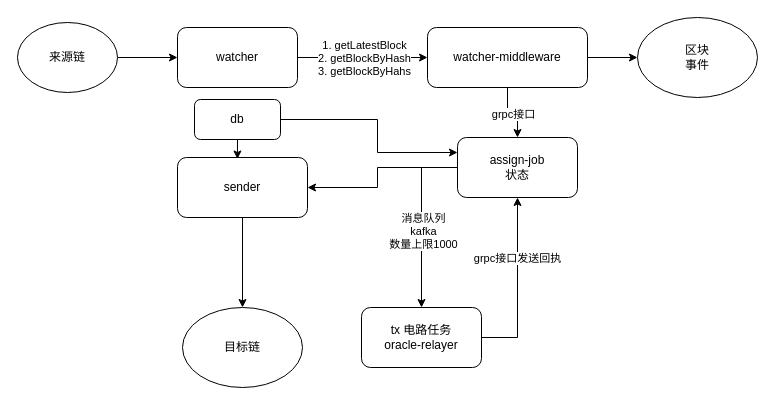
Before: refactor-relayer.drawio in chixiaowen/drawio, a draw.io diagram. Source tidied: cells renumbered, new cells numbered last; positions are measured from the earlier drawing's top-left corner, leaving out a move shared by most shapes. Both pictures are drawn from the tidied source at 100%, with x=0, y=0 at pixel (17, 17).
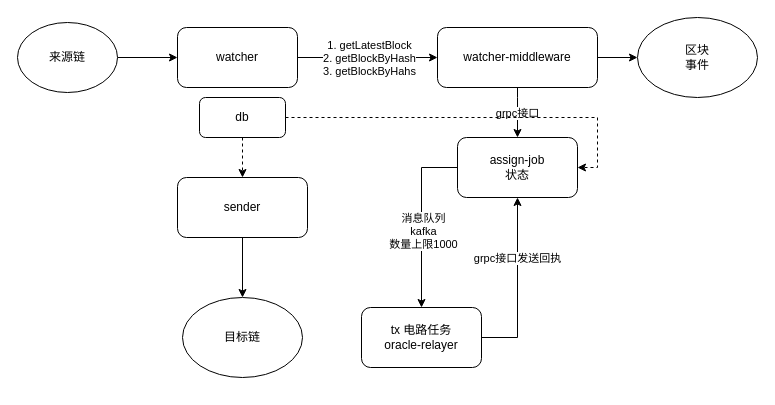
The same page after the edit.

The change refers to these unchanged cells:
```xml
<mxCell id="12" value="assign-job&lt;br&gt;状态" style="rounded=1;whiteSpace=wrap;html=1;" parent="1" vertex="1">
  <mxGeometry x="440" y="120" width="120" height="60" as="geometry" />
</mxCell>
<mxCell id="15" value="tx 电路任务&lt;br style=&quot;border-color: var(--border-color);&quot;&gt;oracle-relayer" style="rounded=1;whiteSpace=wrap;html=1;" parent="1" vertex="1">
  <mxGeometry x="344" y="290" width="120" height="60" as="geometry" />
</mxCell>
```

Diff of the diagram source:
```diff
@@
     <mxCell id="5" style="edgeStyle=orthogonalEdgeStyle;rounded=0;jettySize=auto;html=1;" parent="1" edge="1" source="8" target="12">
-      <mxGeometry relative="1" as="geometry" />
+      <mxGeometry relative="1" as="geometry">
+        <Array as="points">
+          <mxPoint x="500" y="80" />
+          <mxPoint x="500" y="80" />
+        </Array>
+      </mxGeometry>
     </mxCell>
@@
     <mxCell id="8" value="watcher-middleware" style="rounded=1;whiteSpace=wrap;html=1;" parent="1" vertex="1">
-      <mxGeometry x="410" y="10" width="160" height="60" as="geometry" />
+      <mxGeometry x="420" y="10" width="160" height="60" as="geometry" />
     </mxCell>
-    <mxCell id="9" style="edgeStyle=orthogonalEdgeStyle;rounded=0;jettySize=auto;html=1;" parent="1" edge="1" source="12" target="15">
+    <mxCell id="9" style="edgeStyle=orthogonalEdgeStyle;rounded=0;jettySize=auto;html=1;exitX=0;exitY=0.5;exitDx=0;exitDy=0;" parent="1" edge="1" source="12" target="15">
       <mxGeometry relative="1" as="geometry">
         <Array as="points">
           <mxPoint x="404" y="150" />
         </Array>
       </mxGeometry>
     </mxCell>
@@
-    <mxCell id="11" style="edgeStyle=orthogonalEdgeStyle;rounded=0;jettySize=auto;html=1;entryX=1;entryY=0.5;entryDx=0;entryDy=0;" parent="1" edge="1" source="12" target="21">
-      <mxGeometry relative="1" as="geometry">
-        <Array as="points">
-          <mxPoint x="360" y="150" />
-          <mxPoint x="360" y="170" />
-        </Array>
-      </mxGeometry>
-    </mxCell>
@@
-    <mxCell id="17" style="edgeStyle=orthogonalEdgeStyle;rounded=0;jettySize=auto;html=1;exitX=0.5;exitY=1;exitDx=0;exitDy=0;entryX=0.461;entryY=0.025;entryDx=0;entryDy=0;entryPerimeter=0;" parent="1" edge="1" source="19" target="21">
+    <mxCell id="17" style="edgeStyle=orthogonalEdgeStyle;rounded=0;jettySize=auto;html=1;exitX=0.5;exitY=1;exitDx=0;exitDy=0;entryX=0.5;entryY=0;entryDx=0;entryDy=0;dashed=1;" parent="1" edge="1" source="19" target="21">
       <mxGeometry relative="1" as="geometry" />
     </mxCell>
-    <mxCell id="18" style="edgeStyle=orthogonalEdgeStyle;rounded=0;jettySize=auto;html=1;exitX=1;exitY=0.5;exitDx=0;exitDy=0;entryX=0;entryY=0.25;entryDx=0;entryDy=0;" parent="1" edge="1" source="19" target="12">
-      <mxGeometry relative="1" as="geometry">
-        <Array as="points">
-          <mxPoint x="360" y="102" />
-          <mxPoint x="360" y="135" />
-        </Array>
-      </mxGeometry>
+    <mxCell id="18" style="edgeStyle=orthogonalEdgeStyle;rounded=0;jettySize=auto;html=1;exitX=1;exitY=0.5;exitDx=0;exitDy=0;entryX=1;entryY=0.5;entryDx=0;entryDy=0;dashed=1;" parent="1" edge="1" source="19" target="12">
+      <mxGeometry relative="1" as="geometry" />
     </mxCell>
     <mxCell id="19" value="db" style="rounded=1;whiteSpace=wrap;html=1;" parent="1" vertex="1">
-      <mxGeometry x="177" y="82" width="86" height="40" as="geometry" />
+      <mxGeometry x="182" y="80" width="86" height="40" as="geometry" />
     </mxCell>
@@
     <mxCell id="21" value="sender" style="rounded=1;whiteSpace=wrap;html=1;" parent="1" vertex="1">
-      <mxGeometry x="160" y="140" width="130" height="60" as="geometry" />
+      <mxGeometry x="160" y="160" width="130" height="60" as="geometry" />
     </mxCell>
     <mxCell id="22" value="目标链" style="ellipse;whiteSpace=wrap;html=1;" parent="1" vertex="1">
-      <mxGeometry x="165" y="290" width="120" height="80" as="geometry" />
+      <mxGeometry x="165" y="280" width="120" height="80" as="geometry" />
     </mxCell>
```
